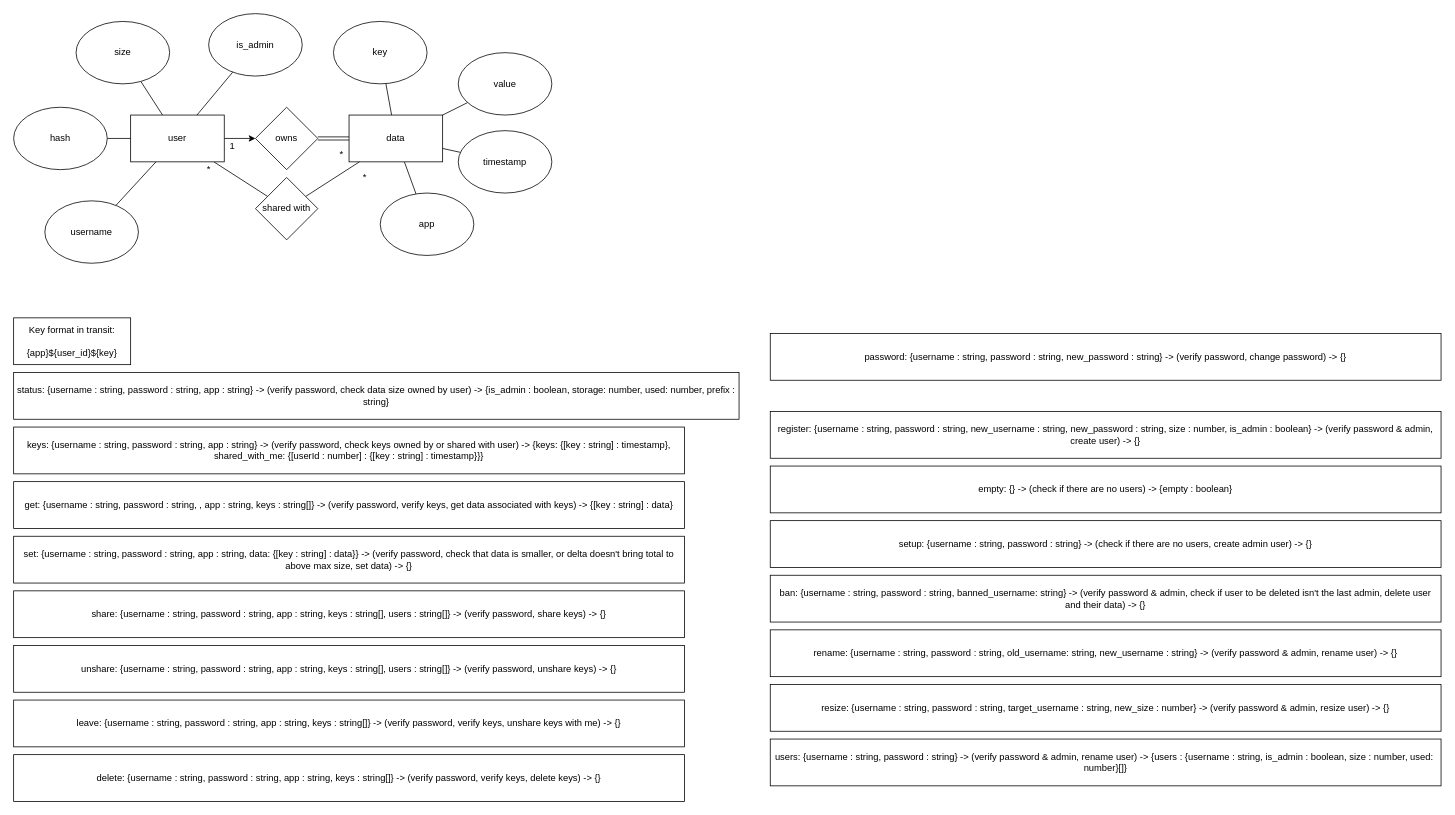
Before: docs/docs.drawio in wanieru/jormun-sdk, a draw.io diagram. Source tidied: cells renumbered, new cells numbered last; positions are measured from the earlier drawing's top-left corner, leaving out a move shared by most shapes. Both pictures are drawn from the tidied source at 78%, with x=0, y=0 at pixel (13, 13).
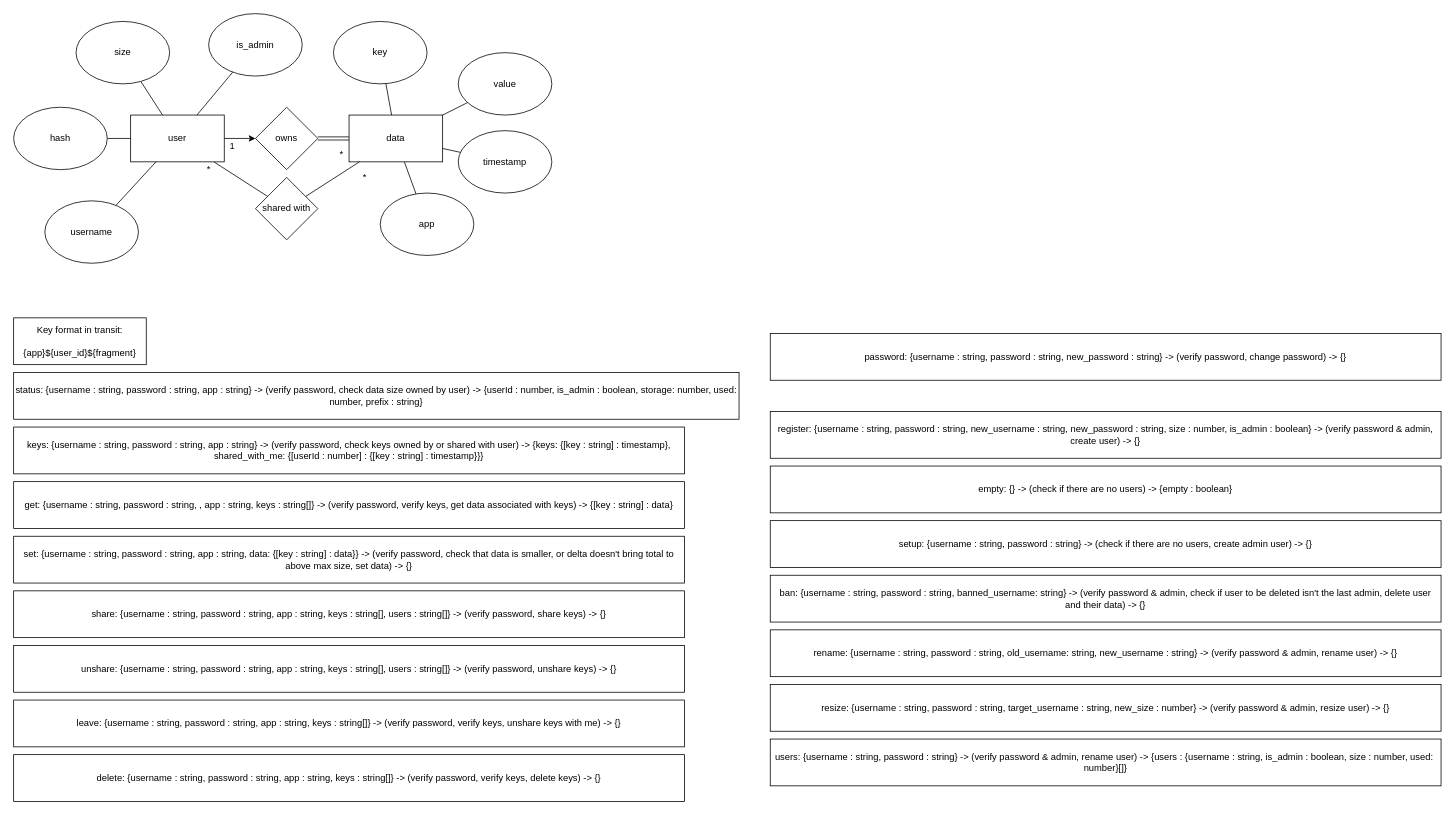
The same page after the edit.

What changed in the source:
```diff
@@
-    <mxCell id="23" value="status: {username : string, password : string, app : string} -&amp;gt; (verify password, check data size owned by user) -&amp;gt; {is_admin : boolean, storage: number, used: number, prefix : string}" style="rounded=0;whiteSpace=wrap;html=1;" parent="1" vertex="1">
+    <mxCell id="23" value="status: {username : string, password : string, app : string} -&amp;gt; (verify password, check data size owned by user) -&amp;gt; {userId : number, is_admin : boolean, storage: number, used: number, prefix : string}" style="rounded=0;whiteSpace=wrap;html=1;" parent="1" vertex="1">
       <mxGeometry y="460" width="930" height="60" as="geometry" />
     </mxCell>
@@
-    <mxCell id="32" value="Key format in transit:&lt;br&gt;&lt;br&gt;{app}${user_id}${key}" style="rounded=0;whiteSpace=wrap;html=1;" parent="1" vertex="1">
-      <mxGeometry y="390" width="150" height="60" as="geometry" />
+    <mxCell id="32" value="Key format in transit:&lt;br&gt;&lt;br&gt;{app}${user_id}${fragment}" style="rounded=0;whiteSpace=wrap;html=1;" parent="1" vertex="1">
+      <mxGeometry y="390" width="170" height="60" as="geometry" />
     </mxCell>
```
